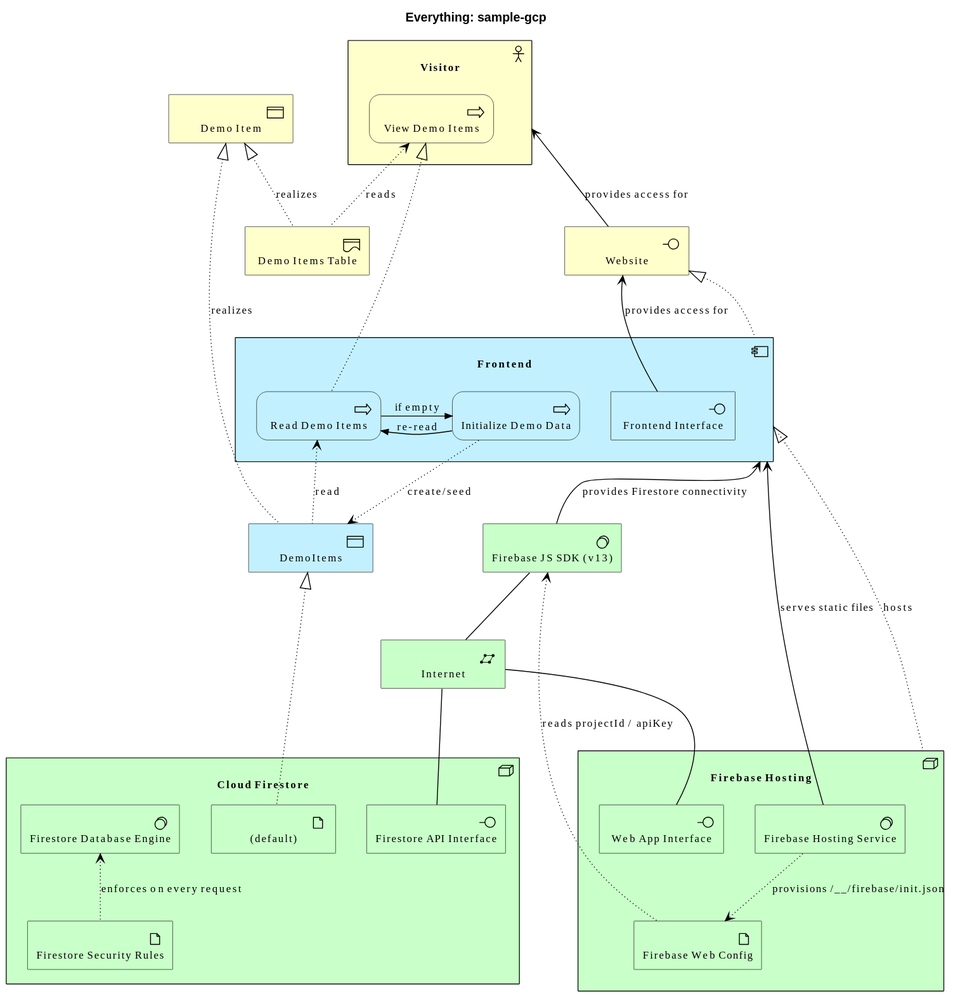
This is diagrams/overview.svg from wolffy-au/frictionless-sample-gcp, a PlantUML export, as it was before one commit.
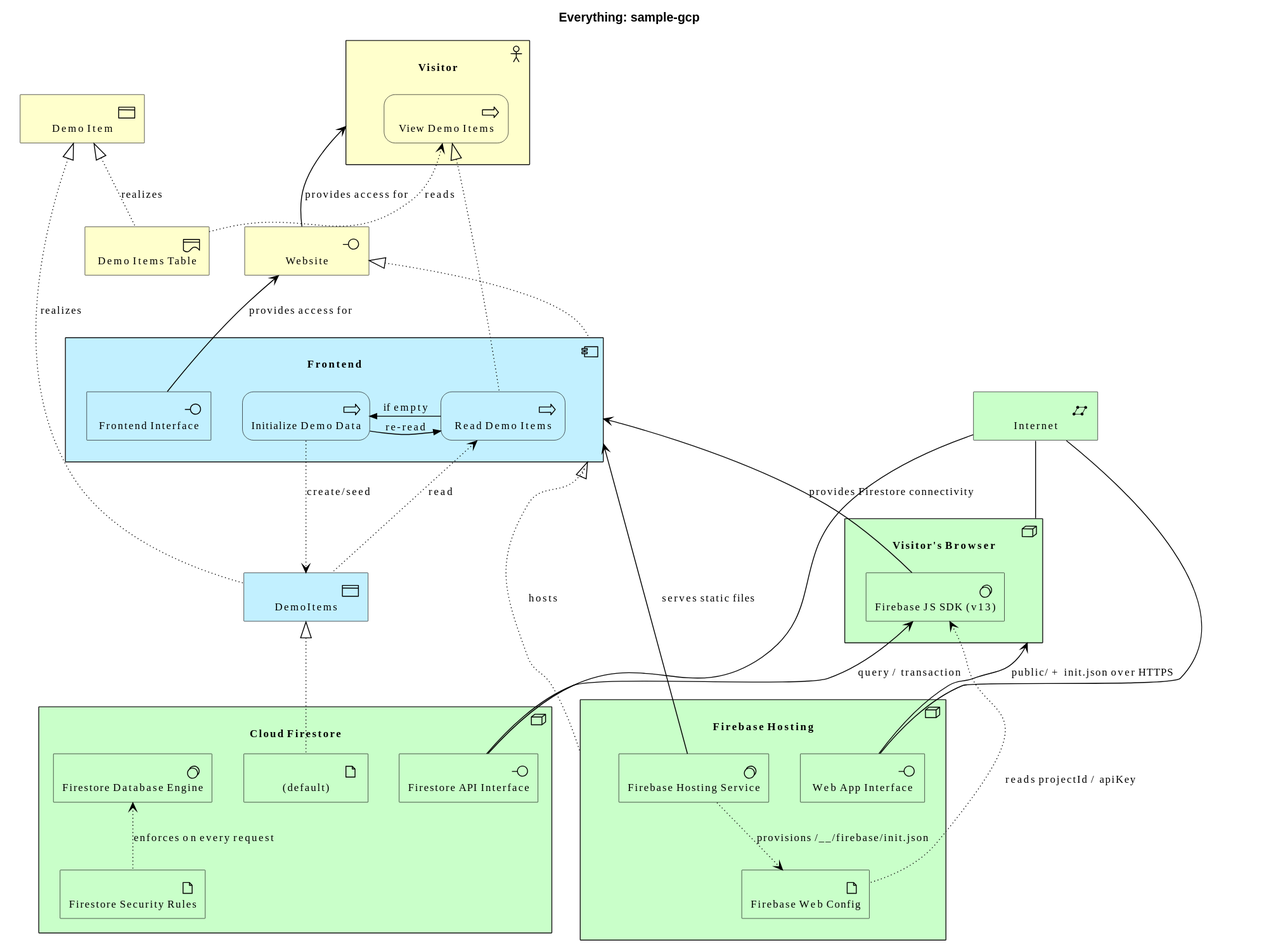
After the change.

Commit message:
feat(architecture): model the Visitor's Browser as a Node running the SDK

Change to the diagram source:
```diff
@@ -15,6 +15,9 @@
   Technology_Interface(e_id26e5c2fbfcd056, "Firestore API Interface")
   Technology_SystemSoftware(e_id02ca65d6e67351, "Firestore Database Engine")
 }
+Technology_Node(e_id9f19149e10f45e, "Visitor's Browser") {
+  Technology_SystemSoftware(e_id7844884d61f95e, "Firebase JS SDK (v13)")
+}
 Technology_CommunicationNetwork(e_id454e7b903b8357, "Internet")
 Application_Component(e_id859316e8097157, "Frontend") {
   Application_Process(e_id9e4601a2031c58, "Initialize Demo Data")
@@ -22,7 +25,6 @@
   Application_Interface(e_idd8a8c6ca248e52, "Frontend Interface")
 }
 Application_DataObject(e_id032efff5924e5e, "DemoItems")
-Technology_SystemSoftware(e_id7844884d61f95e, "Firebase JS SDK (v13)")
 Business_Actor(e_id40e6f8deb4f45c, "Visitor") {
   Business_Process(e_ida6f500d9395851, "View Demo Items")
 }
@@ -48,7 +50,9 @@
 Rel_Association(e_id454e7b903b8357, e_id26e5c2fbfcd056, "")
 Rel_Access_w(e_id9871766290fc58, e_id114715e81c7e5c, "provisions /__/firebase/init.json")
 Rel_Access_r(e_id02ca65d6e67351, e_idb243cba23e0356, "enforces on every request")
+Rel_Association(e_id454e7b903b8357, e_id9f19149e10f45e, "")
+Rel_Serving_Up(e_id33cc192ee35e5b, e_id9f19149e10f45e, "public/ + init.json over HTTPS")
 Rel_Serving_Up(e_id7844884d61f95e, e_id859316e8097157, "provides Firestore connectivity")
-Rel_Association(e_id7844884d61f95e, e_id454e7b903b8357, "")
+Rel_Serving_Up(e_id26e5c2fbfcd056, e_id7844884d61f95e, "query / transaction")
 Rel_Access_r(e_id7844884d61f95e, e_id114715e81c7e5c, "reads projectId / apiKey")
 @enduml
```
